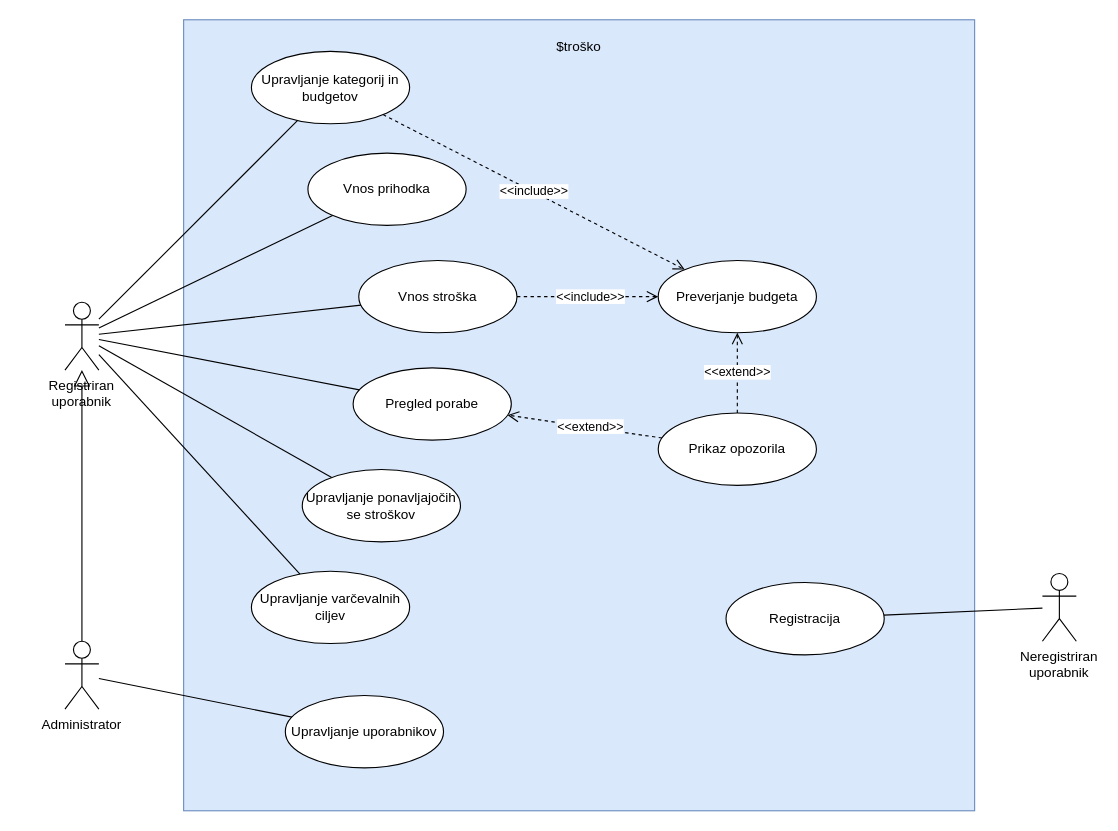
stasadespotovic1/Strosko keeps this draw.io diagram as DPU.drawio. Above is the earlier version. Source tidied: cells renumbered, new cells numbered last; positions are measured from the earlier drawing's top-left corner, leaving out a move shared by most shapes. Both pictures are drawn from the tidied source at 113%, with x=0, y=0 at pixel (64, 19).
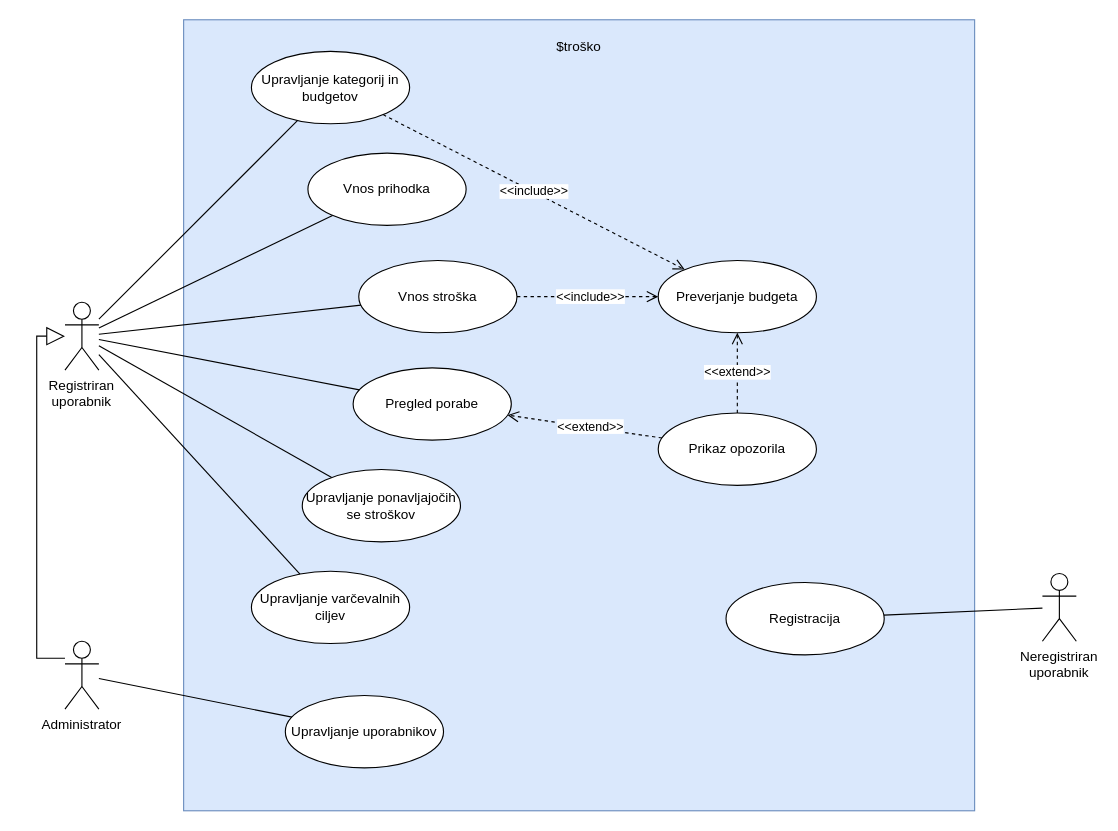
The same page after the edit.

Unchanged cells that the change refers to:
```xml
<mxCell id="13" value="Registriran uporabnik" style="shape=umlActor;verticalLabelPosition=bottom;verticalAlign=top;html=1;outlineConnect=0;whiteSpace=wrap;" parent="1" vertex="1">
  <mxGeometry y="250" width="30" height="60" as="geometry" />
</mxCell>
<mxCell id="14" value="Administrator" style="shape=umlActor;verticalLabelPosition=bottom;verticalAlign=top;html=1;outlineConnect=0;whiteSpace=wrap;" parent="1" vertex="1">
  <mxGeometry y="550" width="30" height="60" as="geometry" />
</mxCell>
```

What changed in the source:
```diff
@@
-    <mxCell id="28" style="endArrow=block;endFill=0;html=1;endSize=12;" parent="1" edge="1" source="14" target="13">
-      <mxGeometry relative="1" as="geometry" />
+    <mxCell id="28" style="endArrow=block;endFill=0;html=1;endSize=14;edgeStyle=orthogonalEdgeStyle;rounded=0;exitX=0;exitY=0.25;exitDx=0;exitDy=0;entryX=0;entryY=0.5;entryDx=0;entryDy=0;" parent="1" edge="1" source="14" target="13">
+      <mxGeometry relative="1" as="geometry">
+        <Array as="points">
+          <mxPoint x="-25" y="565" />
+          <mxPoint x="-25" y="280" />
+        </Array>
+      </mxGeometry>
     </mxCell>
```
